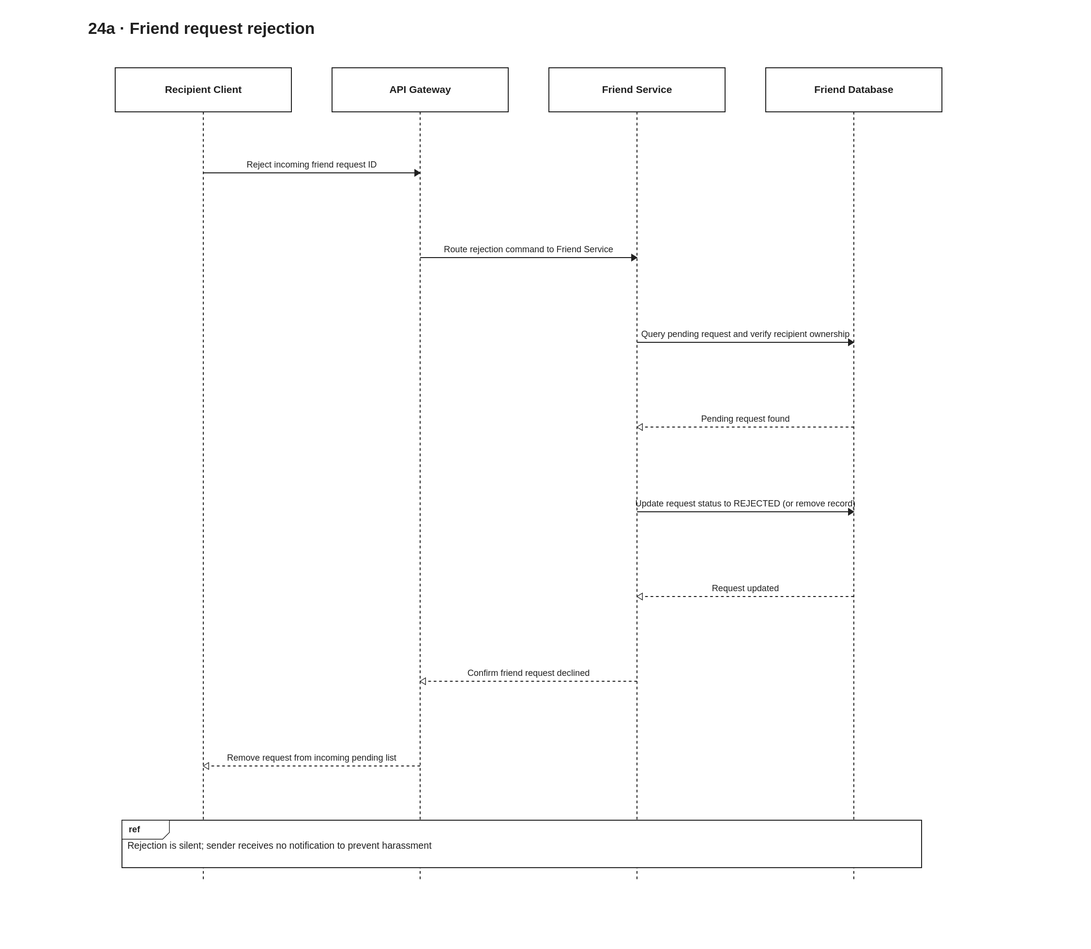
Before: docs/diagrams/velora-current/importable-svg/24a-friend-reject-request.drawio.svg, a diagram exported from draw.io (HieuCuteDangYeu/velora-backend). Source tidied: cells renumbered, new cells last; positions are measured from the earlier drawing's top-left corner, leaving out a move shared by most shapes.
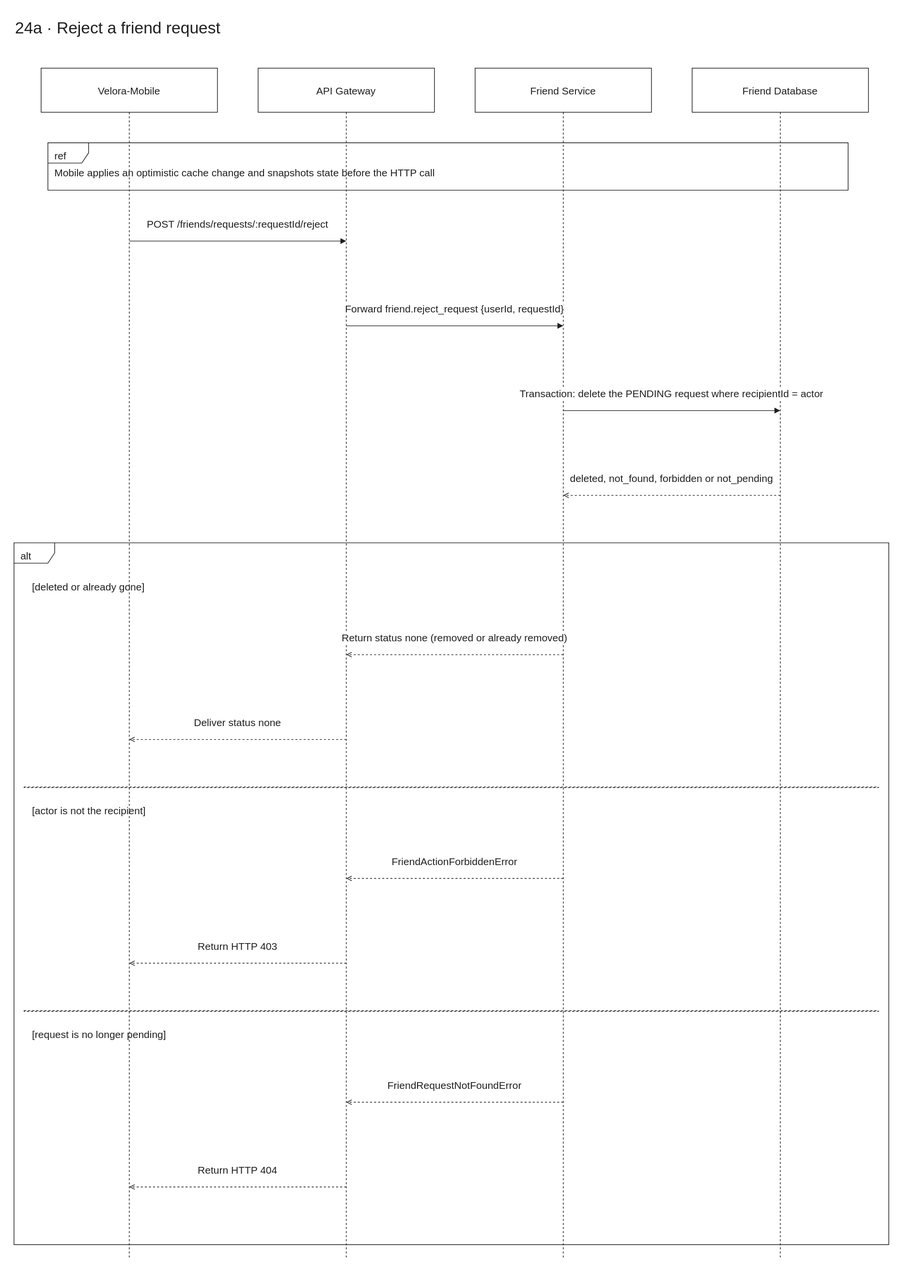
Above is the later version.

What changed in the source:
```diff
@@ -2,34 +2,34 @@
   <root>
     <mxCell id="0" />
     <mxCell id="1" parent="0" />
-    <mxCell id="2" style="html=1;fontFamily=Arial;fontSize=15;fontColor=light-dark(#202020,#eeeeee);strokeColor=light-dark(#202020,#eeeeee);dashed=1;endArrow=none;" parent="1" edge="1">
-      <mxGeometry relative="1" as="geometry">
-        <mxPoint x="1130" y="145" as="sourcePoint" />
-        <mxPoint x="1130" y="1280" as="targetPoint" />
-      </mxGeometry>
-    </mxCell>
-    <mxCell id="3" style="html=1;fontFamily=Arial;fontSize=15;fontColor=light-dark(#202020,#eeeeee);strokeColor=light-dark(#202020,#eeeeee);dashed=1;endArrow=none;" parent="1" edge="1">
-      <mxGeometry relative="1" as="geometry">
-        <mxPoint x="810" y="145" as="sourcePoint" />
-        <mxPoint x="810" y="1280" as="targetPoint" />
-      </mxGeometry>
-    </mxCell>
-    <mxCell id="4" style="html=1;fontFamily=Arial;fontSize=15;fontColor=light-dark(#202020,#eeeeee);strokeColor=light-dark(#202020,#eeeeee);dashed=1;endArrow=none;" parent="1" edge="1">
-      <mxGeometry relative="1" as="geometry">
-        <mxPoint x="490" y="145" as="sourcePoint" />
-        <mxPoint x="490" y="1280" as="targetPoint" />
-      </mxGeometry>
-    </mxCell>
-    <mxCell id="5" style="html=1;fontFamily=Arial;fontSize=15;fontColor=light-dark(#202020,#eeeeee);strokeColor=light-dark(#202020,#eeeeee);dashed=1;endArrow=none;" parent="1" edge="1">
-      <mxGeometry relative="1" as="geometry">
-        <mxPoint x="170" y="145" as="sourcePoint" />
-        <mxPoint x="170" y="1280" as="targetPoint" />
-      </mxGeometry>
-    </mxCell>
+    <mxCell id="21" style="html=1;fontFamily=Arial;fontSize=15;fontColor=light-dark(#202020,#eeeeee);strokeColor=light-dark(#202020,#eeeeee);dashed=1;endArrow=none;" parent="1" edge="1">
+      <mxGeometry relative="1" as="geometry">
+        <mxPoint x="1130" y="145" as="sourcePoint" />
+        <mxPoint x="1130" y="1835" as="targetPoint" />
+      </mxGeometry>
+    </mxCell>
+    <mxCell id="22" style="html=1;fontFamily=Arial;fontSize=15;fontColor=light-dark(#202020,#eeeeee);strokeColor=light-dark(#202020,#eeeeee);dashed=1;endArrow=none;" parent="1" edge="1">
+      <mxGeometry relative="1" as="geometry">
+        <mxPoint x="810" y="145" as="sourcePoint" />
+        <mxPoint x="810" y="1835" as="targetPoint" />
+      </mxGeometry>
+    </mxCell>
+    <mxCell id="23" style="html=1;fontFamily=Arial;fontSize=15;fontColor=light-dark(#202020,#eeeeee);strokeColor=light-dark(#202020,#eeeeee);dashed=1;endArrow=none;" parent="1" edge="1">
+      <mxGeometry relative="1" as="geometry">
+        <mxPoint x="490" y="145" as="sourcePoint" />
+        <mxPoint x="490" y="1835" as="targetPoint" />
+      </mxGeometry>
+    </mxCell>
+    <mxCell id="24" style="html=1;fontFamily=Arial;fontSize=15;fontColor=light-dark(#202020,#eeeeee);strokeColor=light-dark(#202020,#eeeeee);dashed=1;endArrow=none;" parent="1" edge="1">
+      <mxGeometry relative="1" as="geometry">
+        <mxPoint x="170" y="145" as="sourcePoint" />
+        <mxPoint x="170" y="1835" as="targetPoint" />
+      </mxGeometry>
+    </mxCell>
-    <mxCell id="6" value="24a · Friend request rejection" style="html=1;fontFamily=Arial;fontSize=15;fontColor=light-dark(#202020,#eeeeee);strokeColor=light-dark(#202020,#eeeeee);text;fontSize=24;align=left;strokeColor=none;fillColor=none;" parent="1" vertex="1">
+    <mxCell id="6" value="24a · Reject a friend request" style="html=1;fontFamily=Arial;fontSize=15;fontColor=light-dark(#202020,#eeeeee);strokeColor=light-dark(#202020,#eeeeee);text;fontSize=24;align=left;strokeColor=none;fillColor=none;" parent="1" vertex="1">
       <mxGeometry width="1290" height="50" as="geometry" />
     </mxCell>
-    <mxCell id="7" value="Recipient Client" style="html=1;fontFamily=Arial;fontSize=15;fontColor=light-dark(#202020,#eeeeee);strokeColor=light-dark(#202020,#eeeeee);rounded=0;fillColor=#ffffff;whiteSpace=wrap;align=center;verticalAlign=middle;" parent="1" vertex="1">
+    <mxCell id="7" value="Velora-Mobile" style="html=1;fontFamily=Arial;fontSize=15;fontColor=light-dark(#202020,#eeeeee);strokeColor=light-dark(#202020,#eeeeee);rounded=0;fillColor=#ffffff;whiteSpace=wrap;align=center;verticalAlign=middle;" parent="1" vertex="1">
       <mxGeometry x="40" y="80" width="260" height="65" as="geometry" />
     </mxCell>
     <mxCell id="8" value="API Gateway" style="html=1;fontFamily=Arial;fontSize=15;fontColor=light-dark(#202020,#eeeeee);strokeColor=light-dark(#202020,#eeeeee);rounded=0;fillColor=#ffffff;whiteSpace=wrap;align=center;verticalAlign=middle;" parent="1" vertex="1">
@@ -41,67 +41,99 @@
     <mxCell id="10" value="Friend Database" style="html=1;fontFamily=Arial;fontSize=15;fontColor=light-dark(#202020,#eeeeee);strokeColor=light-dark(#202020,#eeeeee);rounded=0;fillColor=#ffffff;whiteSpace=wrap;align=center;verticalAlign=middle;" parent="1" vertex="1">
       <mxGeometry x="1000" y="80" width="260" height="65" as="geometry" />
     </mxCell>
-    <mxCell id="11" value="Reject incoming friend request ID" style="html=1;fontFamily=Arial;fontSize=15;fontColor=light-dark(#202020,#eeeeee);strokeColor=light-dark(#202020,#eeeeee);endArrow=block;endFill=1;labelBackgroundColor=#ffffff;labelWidth=550;whiteSpace=wrap;align=center;" parent="1" edge="1">
-      <mxGeometry relative="1" as="geometry">
-        <mxPoint x="170" y="235" as="sourcePoint" />
-        <mxPoint x="490" y="235" as="targetPoint" />
-        <mxPoint y="-25" as="offset" />
-      </mxGeometry>
+    <mxCell id="11" value="ref" style="html=1;fontFamily=Arial;fontSize=15;fontColor=light-dark(#202020,#eeeeee);strokeColor=light-dark(#202020,#eeeeee);shape=umlFrame;fillColor=light-dark(#ffffff,#181818);align=left;verticalAlign=top;spacingLeft=8;spacingTop=4;" parent="1" vertex="1">
+      <mxGeometry x="50" y="190" width="1180" height="70" as="geometry" />
     </mxCell>
-    <mxCell id="12" value="Route rejection command to Friend Service" style="html=1;fontFamily=Arial;fontSize=15;fontColor=light-dark(#202020,#eeeeee);strokeColor=light-dark(#202020,#eeeeee);endArrow=block;endFill=1;labelBackgroundColor=#ffffff;labelWidth=550;whiteSpace=wrap;align=center;" parent="1" edge="1">
-      <mxGeometry relative="1" as="geometry">
-        <mxPoint x="490" y="360" as="sourcePoint" />
-        <mxPoint x="810" y="360" as="targetPoint" />
-        <mxPoint y="-25" as="offset" />
-      </mxGeometry>
+    <mxCell id="12" value="Mobile applies an optimistic cache change and snapshots state before the HTTP call" style="html=1;fontFamily=Arial;fontSize=15;fontColor=light-dark(#202020,#eeeeee);strokeColor=light-dark(#202020,#eeeeee);text;whiteSpace=wrap;align=left;verticalAlign=middle;strokeColor=none;fillColor=none;" parent="1" vertex="1">
+      <mxGeometry x="58" y="212" width="1160" height="44" as="geometry" />
     </mxCell>
-    <mxCell id="13" value="Query pending request and verify recipient ownership" style="html=1;fontFamily=Arial;fontSize=15;fontColor=light-dark(#202020,#eeeeee);strokeColor=light-dark(#202020,#eeeeee);endArrow=block;endFill=1;labelBackgroundColor=#ffffff;labelWidth=550;whiteSpace=wrap;align=center;" parent="1" edge="1">
+    <mxCell id="13" value="POST /friends/requests/:requestId/reject" style="html=1;fontFamily=Arial;fontSize=15;fontColor=light-dark(#202020,#eeeeee);strokeColor=light-dark(#202020,#eeeeee);endArrow=block;endFill=1;labelBackgroundColor=#ffffff;labelWidth=550;whiteSpace=wrap;align=center;" parent="1" edge="1">
       <mxGeometry relative="1" as="geometry">
-        <mxPoint x="810" y="485" as="sourcePoint" />
-        <mxPoint x="1130" y="485" as="targetPoint" />
+        <mxPoint x="170" y="335" as="sourcePoint" />
+        <mxPoint x="490" y="335" as="targetPoint" />
         <mxPoint y="-25" as="offset" />
       </mxGeometry>
     </mxCell>
-    <mxCell id="14" value="Pending request found" style="html=1;fontFamily=Arial;fontSize=15;fontColor=light-dark(#202020,#eeeeee);strokeColor=light-dark(#202020,#eeeeee);endArrow=open;dashed=1;labelBackgroundColor=#ffffff;labelWidth=550;whiteSpace=wrap;align=center;" parent="1" edge="1">
+    <mxCell id="14" value="Forward friend.reject_request {userId, requestId}" style="html=1;fontFamily=Arial;fontSize=15;fontColor=light-dark(#202020,#eeeeee);strokeColor=light-dark(#202020,#eeeeee);endArrow=block;endFill=1;labelBackgroundColor=#ffffff;labelWidth=550;whiteSpace=wrap;align=center;" parent="1" edge="1">
       <mxGeometry relative="1" as="geometry">
-        <mxPoint x="1130" y="610" as="sourcePoint" />
-        <mxPoint x="810" y="610" as="targetPoint" />
+        <mxPoint x="490" y="460" as="sourcePoint" />
+        <mxPoint x="810" y="460" as="targetPoint" />
         <mxPoint y="-25" as="offset" />
       </mxGeometry>
     </mxCell>
-    <mxCell id="15" value="Update request status to REJECTED (or remove record)" style="html=1;fontFamily=Arial;fontSize=15;fontColor=light-dark(#202020,#eeeeee);strokeColor=light-dark(#202020,#eeeeee);endArrow=block;endFill=1;labelBackgroundColor=#ffffff;labelWidth=550;whiteSpace=wrap;align=center;" parent="1" edge="1">
+    <mxCell id="15" value="Transaction: delete the PENDING request where recipientId = actor" style="html=1;fontFamily=Arial;fontSize=15;fontColor=light-dark(#202020,#eeeeee);strokeColor=light-dark(#202020,#eeeeee);endArrow=block;endFill=1;labelBackgroundColor=#ffffff;labelWidth=550;whiteSpace=wrap;align=center;" parent="1" edge="1">
       <mxGeometry relative="1" as="geometry">
-        <mxPoint x="810" y="735" as="sourcePoint" />
-        <mxPoint x="1130" y="735" as="targetPoint" />
+        <mxPoint x="810" y="585" as="sourcePoint" />
+        <mxPoint x="1130" y="585" as="targetPoint" />
         <mxPoint y="-25" as="offset" />
       </mxGeometry>
     </mxCell>
-    <mxCell id="16" value="Request updated" style="html=1;fontFamily=Arial;fontSize=15;fontColor=light-dark(#202020,#eeeeee);strokeColor=light-dark(#202020,#eeeeee);endArrow=open;dashed=1;labelBackgroundColor=#ffffff;labelWidth=550;whiteSpace=wrap;align=center;" parent="1" edge="1">
+    <mxCell id="16" value="deleted, not_found, forbidden or not_pending" style="html=1;fontFamily=Arial;fontSize=15;fontColor=light-dark(#202020,#eeeeee);strokeColor=light-dark(#202020,#eeeeee);endArrow=open;dashed=1;labelBackgroundColor=#ffffff;labelWidth=550;whiteSpace=wrap;align=center;" parent="1" edge="1">
       <mxGeometry relative="1" as="geometry">
-        <mxPoint x="1130" y="860" as="sourcePoint" />
-        <mxPoint x="810" y="860" as="targetPoint" />
+        <mxPoint x="1130" y="710" as="sourcePoint" />
+        <mxPoint x="810" y="710" as="targetPoint" />
         <mxPoint y="-25" as="offset" />
       </mxGeometry>
     </mxCell>
-    <mxCell id="17" value="Confirm friend request declined" style="html=1;fontFamily=Arial;fontSize=15;fontColor=light-dark(#202020,#eeeeee);strokeColor=light-dark(#202020,#eeeeee);endArrow=open;dashed=1;labelBackgroundColor=#ffffff;labelWidth=550;whiteSpace=wrap;align=center;" parent="1" edge="1">
-      <mxGeometry relative="1" as="geometry">
-        <mxPoint x="810" y="985" as="sourcePoint" />
-        <mxPoint x="490" y="985" as="targetPoint" />
-        <mxPoint y="-25" as="offset" />
-      </mxGeometry>
+    <mxCell id="17" value="alt" style="html=1;fontFamily=Arial;fontSize=15;fontColor=light-dark(#202020,#eeeeee);strokeColor=light-dark(#202020,#eeeeee);shape=umlFrame;fillColor=none;align=left;verticalAlign=top;spacingLeft=8;spacingTop=4;" parent="1" vertex="1">
+      <mxGeometry y="780" width="1290" height="1035" as="geometry" />
     </mxCell>
-    <mxCell id="18" value="Remove request from incoming pending list" style="html=1;fontFamily=Arial;fontSize=15;fontColor=light-dark(#202020,#eeeeee);strokeColor=light-dark(#202020,#eeeeee);endArrow=open;dashed=1;labelBackgroundColor=#ffffff;labelWidth=550;whiteSpace=wrap;align=center;" parent="1" edge="1">
-      <mxGeometry relative="1" as="geometry">
-        <mxPoint x="490" y="1110" as="sourcePoint" />
-        <mxPoint x="170" y="1110" as="targetPoint" />
-        <mxPoint y="-25" as="offset" />
-      </mxGeometry>
+    <mxCell id="18" value="[deleted or already gone]" style="html=1;fontFamily=Arial;fontSize=15;fontColor=light-dark(#202020,#eeeeee);strokeColor=light-dark(#202020,#eeeeee);text;whiteSpace=wrap;align=left;strokeColor=none;fillColor=none;" parent="1" vertex="1">
+      <mxGeometry x="25" y="830" width="1230" height="45" as="geometry" />
     </mxCell>
-    <mxCell id="19" value="ref" style="html=1;fontFamily=Arial;fontSize=15;fontColor=light-dark(#202020,#eeeeee);strokeColor=light-dark(#202020,#eeeeee);shape=umlFrame;fillColor=light-dark(#ffffff,#181818);align=left;verticalAlign=top;spacingLeft=8;spacingTop=4;" parent="1" vertex="1">
-      <mxGeometry x="50" y="1190" width="1180" height="70" as="geometry" />
+    <mxCell id="19" value="Return status none (removed or already removed)" style="html=1;fontFamily=Arial;fontSize=15;fontColor=light-dark(#202020,#eeeeee);strokeColor=light-dark(#202020,#eeeeee);endArrow=open;dashed=1;labelBackgroundColor=#ffffff;labelWidth=550;whiteSpace=wrap;align=center;" parent="1" edge="1">
+      <mxGeometry relative="1" as="geometry">
+        <mxPoint x="810" y="945" as="sourcePoint" />
+        <mxPoint x="490" y="945" as="targetPoint" />
+        <mxPoint y="-25" as="offset" />
+      </mxGeometry>
     </mxCell>
-    <mxCell id="20" value="Rejection is silent; sender receives no notification to prevent harassment" style="html=1;fontFamily=Arial;fontSize=15;fontColor=light-dark(#202020,#eeeeee);strokeColor=light-dark(#202020,#eeeeee);text;whiteSpace=wrap;align=left;verticalAlign=middle;strokeColor=none;fillColor=none;" parent="1" vertex="1">
-      <mxGeometry x="58" y="1212" width="1160" height="44" as="geometry" />
+    <mxCell id="20" value="Deliver status none" style="html=1;fontFamily=Arial;fontSize=15;fontColor=light-dark(#202020,#eeeeee);strokeColor=light-dark(#202020,#eeeeee);endArrow=open;dashed=1;labelBackgroundColor=#ffffff;labelWidth=550;whiteSpace=wrap;align=center;" parent="1" edge="1">
+      <mxGeometry relative="1" as="geometry">
+        <mxPoint x="490" y="1070" as="sourcePoint" />
+        <mxPoint x="170" y="1070" as="targetPoint" />
+        <mxPoint y="-25" as="offset" />
+      </mxGeometry>
     </mxCell>
+    <mxCell id="25" style="html=1;fontFamily=Arial;fontSize=15;fontColor=light-dark(#202020,#eeeeee);strokeColor=light-dark(#202020,#eeeeee);fillColor=none;dashed=1;" parent="1" vertex="1">
+      <mxGeometry x="15" y="1140" width="1260" height="1" as="geometry" />
+    </mxCell>
+    <mxCell id="26" value="[actor is not the recipient]" style="html=1;fontFamily=Arial;fontSize=15;fontColor=light-dark(#202020,#eeeeee);strokeColor=light-dark(#202020,#eeeeee);text;whiteSpace=wrap;align=left;strokeColor=none;fillColor=none;" parent="1" vertex="1">
+      <mxGeometry x="25" y="1160" width="1230" height="45" as="geometry" />
+    </mxCell>
+    <mxCell id="27" value="FriendActionForbiddenError" style="html=1;fontFamily=Arial;fontSize=15;fontColor=light-dark(#202020,#eeeeee);strokeColor=light-dark(#202020,#eeeeee);endArrow=open;dashed=1;labelBackgroundColor=#ffffff;labelWidth=550;whiteSpace=wrap;align=center;" parent="1" edge="1">
+      <mxGeometry relative="1" as="geometry">
+        <mxPoint x="810" y="1275" as="sourcePoint" />
+        <mxPoint x="490" y="1275" as="targetPoint" />
+        <mxPoint y="-25" as="offset" />
+      </mxGeometry>
+    </mxCell>
+    <mxCell id="28" value="Return HTTP 403" style="html=1;fontFamily=Arial;fontSize=15;fontColor=light-dark(#202020,#eeeeee);strokeColor=light-dark(#202020,#eeeeee);endArrow=open;dashed=1;labelBackgroundColor=#ffffff;labelWidth=550;whiteSpace=wrap;align=center;" parent="1" edge="1">
+      <mxGeometry relative="1" as="geometry">
+        <mxPoint x="490" y="1400" as="sourcePoint" />
+        <mxPoint x="170" y="1400" as="targetPoint" />
+        <mxPoint y="-25" as="offset" />
+      </mxGeometry>
+    </mxCell>
+    <mxCell id="29" style="html=1;fontFamily=Arial;fontSize=15;fontColor=light-dark(#202020,#eeeeee);strokeColor=light-dark(#202020,#eeeeee);fillColor=none;dashed=1;" parent="1" vertex="1">
+      <mxGeometry x="15" y="1470" width="1260" height="1" as="geometry" />
+    </mxCell>
+    <mxCell id="30" value="[request is no longer pending]" style="html=1;fontFamily=Arial;fontSize=15;fontColor=light-dark(#202020,#eeeeee);strokeColor=light-dark(#202020,#eeeeee);text;whiteSpace=wrap;align=left;strokeColor=none;fillColor=none;" parent="1" vertex="1">
+      <mxGeometry x="25" y="1490" width="1230" height="45" as="geometry" />
+    </mxCell>
+    <mxCell id="31" value="FriendRequestNotFoundError" style="html=1;fontFamily=Arial;fontSize=15;fontColor=light-dark(#202020,#eeeeee);strokeColor=light-dark(#202020,#eeeeee);endArrow=open;dashed=1;labelBackgroundColor=#ffffff;labelWidth=550;whiteSpace=wrap;align=center;" parent="1" edge="1">
+      <mxGeometry relative="1" as="geometry">
+        <mxPoint x="810" y="1605" as="sourcePoint" />
+        <mxPoint x="490" y="1605" as="targetPoint" />
+        <mxPoint y="-25" as="offset" />
+      </mxGeometry>
+    </mxCell>
+    <mxCell id="32" value="Return HTTP 404" style="html=1;fontFamily=Arial;fontSize=15;fontColor=light-dark(#202020,#eeeeee);strokeColor=light-dark(#202020,#eeeeee);endArrow=open;dashed=1;labelBackgroundColor=#ffffff;labelWidth=550;whiteSpace=wrap;align=center;" parent="1" edge="1">
+      <mxGeometry relative="1" as="geometry">
+        <mxPoint x="490" y="1730" as="sourcePoint" />
+        <mxPoint x="170" y="1730" as="targetPoint" />
+        <mxPoint y="-25" as="offset" />
+      </mxGeometry>
+    </mxCell>
   </root>
 </mxGraphModel>
```
